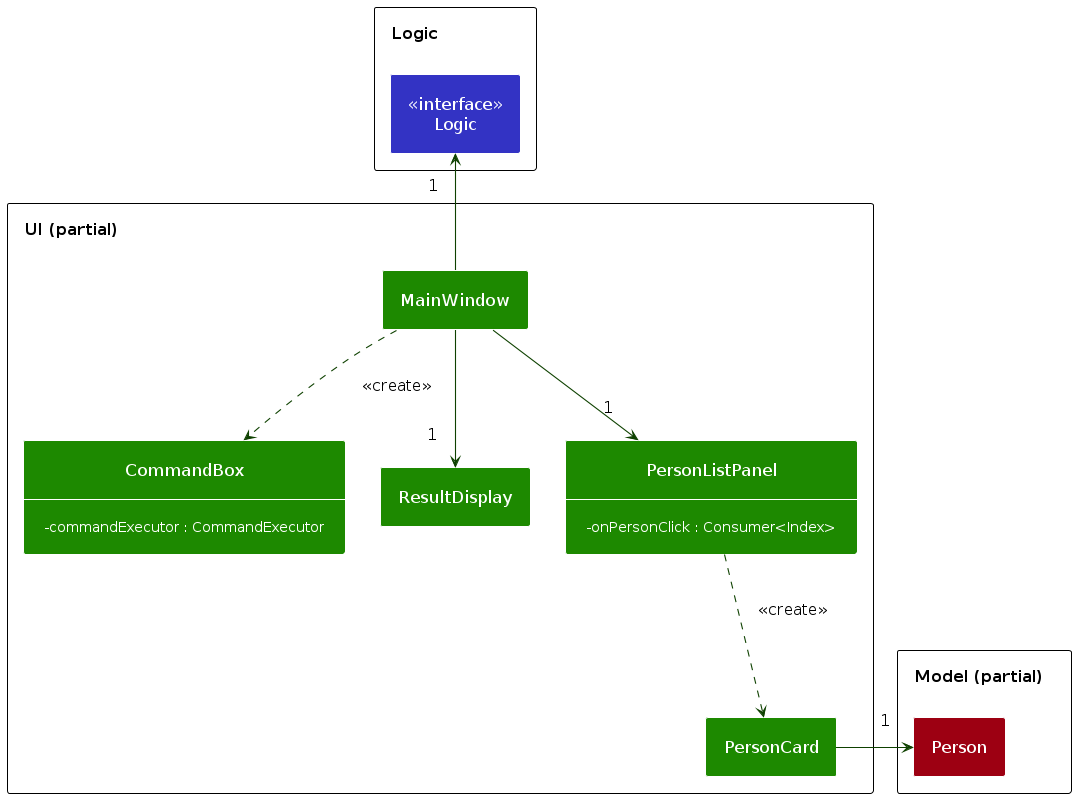
Before: diagrams/UiClassDiagram.png, a diagram exported from PlantUML (AY2627S1-CS2103T-T11-1/tp). Its source is kept beside it as diagrams/UiClassDiagram.puml.
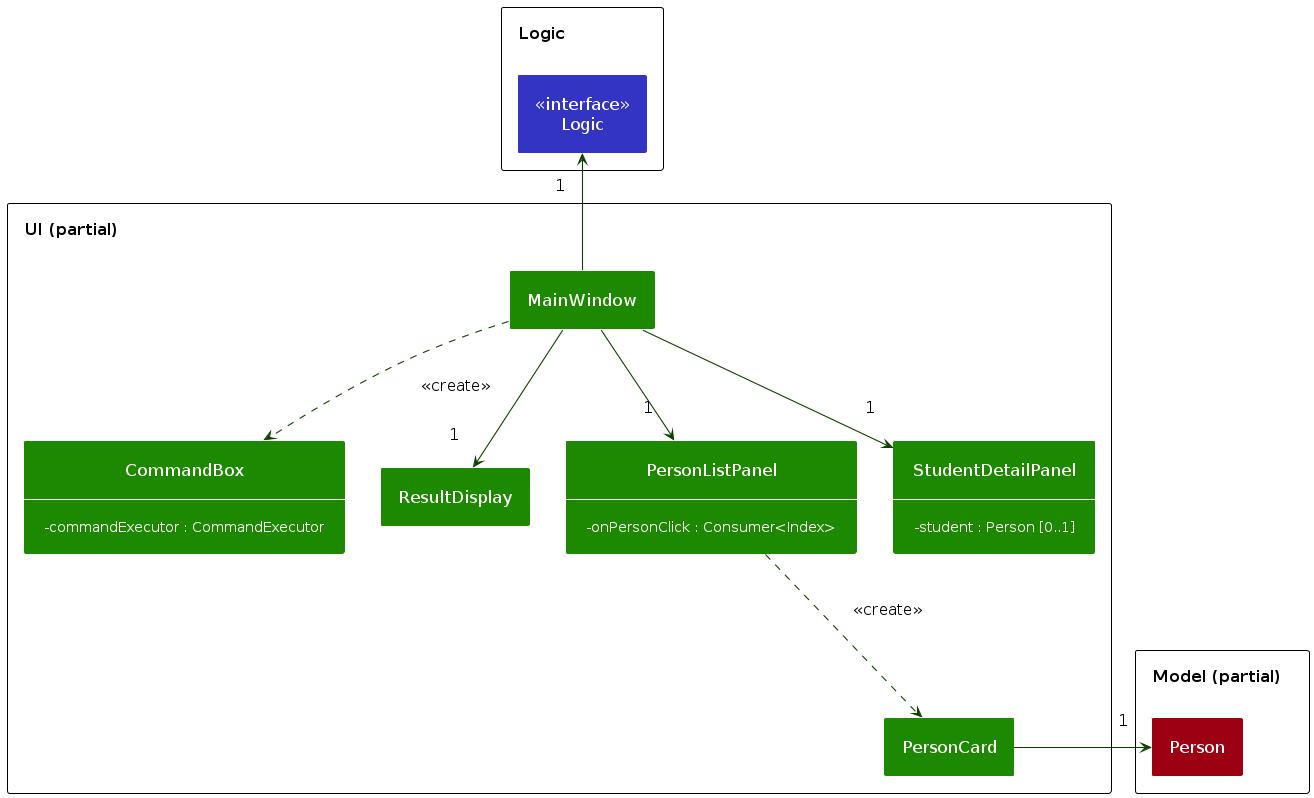
After the commit.

Diff of the diagram source:
```diff
@@ -21,6 +21,9 @@
         - onPersonClick : Consumer<Index>
     }
     class PersonCard
+    class StudentDetailPanel {
+        - student : Person [0..1]
+    }
 }
 
 package Logic {
@@ -38,6 +41,7 @@
 MainWindow -down-> "1" ResultDisplay
 MainWindow .down.> CommandBox : <<create>>
 MainWindow -down-> "1" PersonListPanel
+MainWindow -down-> "1" StudentDetailPanel
 PersonListPanel .down.> PersonCard : <<create>>
 PersonCard -right-> "1" Person
 @enduml
```
